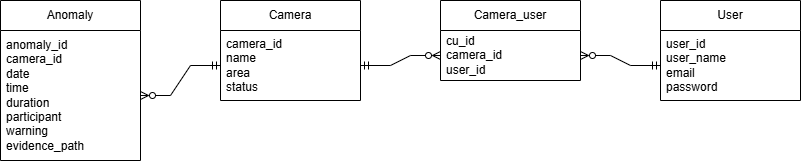
The draw.io diagram backend/ER-Diagram.png in LongNgd/COS40006-G1B, before a commit. Source tidied: cells renumbered, new cells last; positions are measured from the earlier drawing's top-left corner, leaving out a move shared by most shapes.
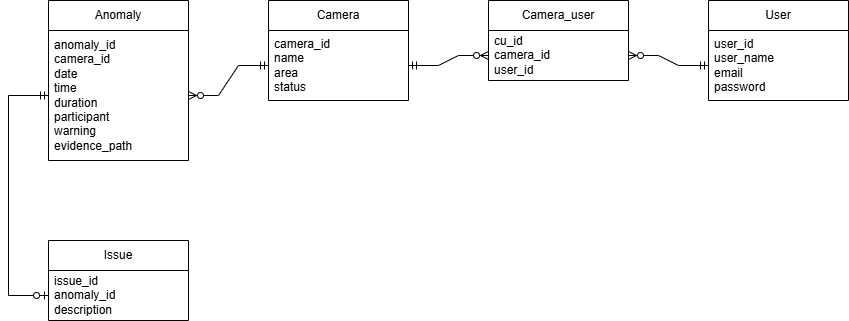
Later version of the same file.

Change to the diagram source:
```diff
@@ -35,5 +35,19 @@
     <mxCell id="12" style="edgeStyle=entityRelationEdgeStyle;fontSize=12;html=1;endArrow=ERzeroToMany;startArrow=ERmandOne;rounded=0;entryX=1;entryY=0.5;entryDx=0;entryDy=0;exitX=0;exitY=0.5;exitDx=0;exitDy=0;startFill=0;endFill=0;" parent="1" edge="1" source="7" target="10">
       <mxGeometry relative="1" as="geometry" />
     </mxCell>
+    <mxCell id="13" value="Issue" style="swimlane;fontStyle=0;horizontal=1;startSize=30;whiteSpace=wrap;html=1;" parent="1" vertex="1">
+      <mxGeometry y="240" width="140" height="80" as="geometry" />
+    </mxCell>
+    <mxCell id="14" value="&lt;div&gt;issue_id&lt;/div&gt;&lt;div&gt;anomaly_id&lt;/div&gt;&lt;div&gt;description&lt;/div&gt;" style="text;strokeColor=none;fillColor=none;align=left;verticalAlign=middle;spacingLeft=4;spacingRight=4;overflow=hidden;points=[[0,0.5],[1,0.5]];portConstraint=eastwest;whiteSpace=wrap;html=1;" parent="13" vertex="1">
+      <mxGeometry y="30" width="140" height="50" as="geometry" />
+    </mxCell>
+    <mxCell id="15" style="fontSize=12;html=1;endArrow=ERzeroToOne;startArrow=ERmandOne;rounded=0;entryX=0;entryY=0.5;entryDx=0;entryDy=0;exitX=0;exitY=0.5;exitDx=0;exitDy=0;" parent="1" edge="1" source="3" target="14">
+      <mxGeometry relative="1" as="geometry">
+        <Array as="points">
+          <mxPoint x="-40" y="95" />
+          <mxPoint x="-40" y="295" />
+        </Array>
+      </mxGeometry>
+    </mxCell>
   </root>
 </mxGraphModel>
```
